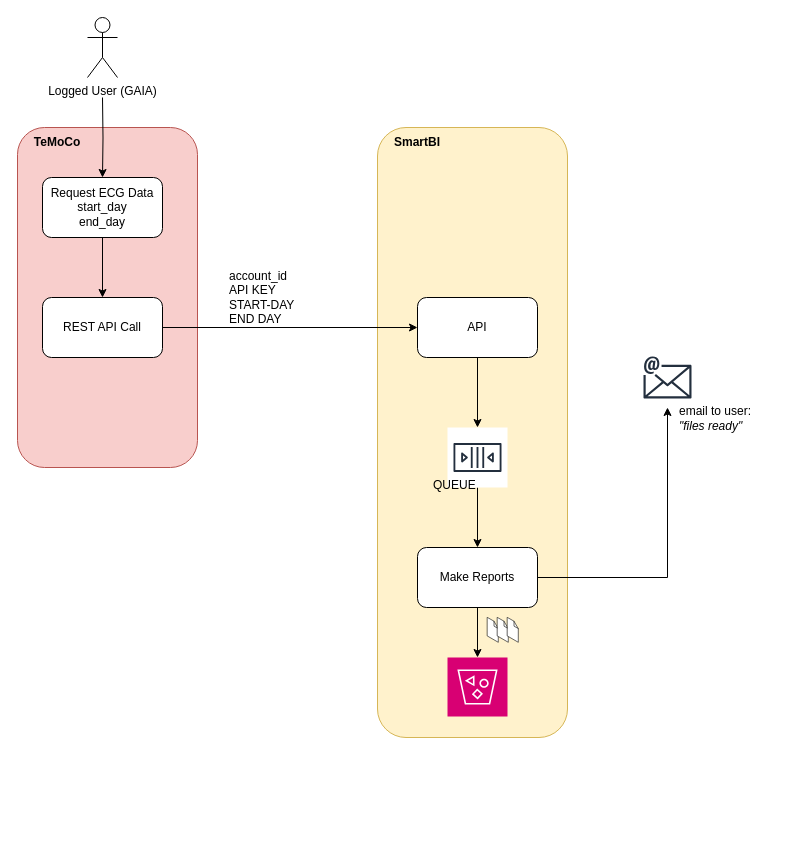
Above: ecg-export.drawio in Accyourate-Group-S-p-A/acy_bom (draw.io), before the change. Source tidied: cells renumbered, new cells numbered last; positions are measured from the earlier drawing's top-left corner, leaving out a move shared by most shapes. Both pictures are drawn from the tidied source at 100%, with x=0, y=0 at pixel (17, 17).
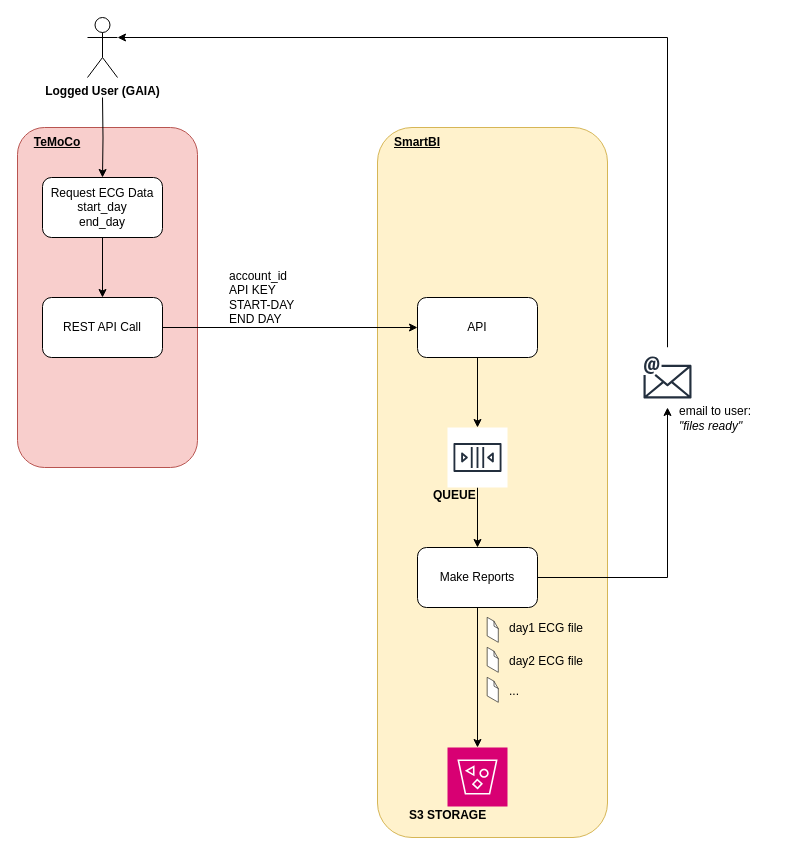
The same page after the edit.

The change refers to these unchanged cells:
```xml
<mxCell id="17" style="sketch=0;outlineConnect=0;fontColor=#232F3E;gradientColor=none;strokeColor=#232F3E;fillColor=#ffffff;dashed=0;verticalLabelPosition=bottom;verticalAlign=top;align=center;html=1;fontSize=12;fontStyle=0;shape=mxgraph.aws4.resourceIcon;resIcon=mxgraph.aws4.email;" parent="1" vertex="1">
  <mxGeometry x="620" y="330" width="60" height="60" as="geometry" />
</mxCell>
```

Change to the diagram source:
```diff
@@
     <mxCell id="3" style="rounded=1;whiteSpace=wrap;html=1;fillColor=#fff2cc;strokeColor=#d6b656;" parent="1" vertex="1">
-      <mxGeometry x="360" y="110" width="190" height="610" as="geometry" />
+      <mxGeometry x="360" y="110" width="230" height="710" as="geometry" />
     </mxCell>
@@
-    <mxCell id="5" value="Logged User (GAIA)" style="shape=umlActor;verticalLabelPosition=bottom;verticalAlign=top;html=1;outlineConnect=0;" parent="1" vertex="1">
+    <mxCell id="5" value="Logged User (GAIA)" style="shape=umlActor;verticalLabelPosition=bottom;verticalAlign=top;html=1;outlineConnect=0;fontStyle=1;" parent="1" vertex="1">
       <mxGeometry x="70" width="30" height="60" as="geometry" />
     </mxCell>
@@
-    <mxCell id="11" value="TeMoCo" style="text;html=1;strokeColor=none;fillColor=none;align=center;verticalAlign=middle;whiteSpace=wrap;rounded=0;fontStyle=1;" parent="1" vertex="1">
+    <mxCell id="11" value="TeMoCo" style="text;html=1;strokeColor=none;fillColor=none;align=center;verticalAlign=middle;whiteSpace=wrap;rounded=0;fontStyle=5;" parent="1" vertex="1">
       <mxGeometry y="110" width="80" height="30" as="geometry" />
     </mxCell>
-    <mxCell id="12" value="SmartBI" style="text;html=1;strokeColor=none;fillColor=none;align=center;verticalAlign=middle;whiteSpace=wrap;rounded=0;fontStyle=1;" parent="1" vertex="1">
+    <mxCell id="12" value="SmartBI" style="text;html=1;strokeColor=none;fillColor=none;align=center;verticalAlign=middle;whiteSpace=wrap;rounded=0;fontStyle=5;" parent="1" vertex="1">
       <mxGeometry x="360" y="110" width="80" height="30" as="geometry" />
     </mxCell>
@@
+    <mxCell id="27" style="edgeStyle=orthogonalEdgeStyle;rounded=0;jettySize=auto;html=1;entryX=1;entryY=0.3333333333333333;entryDx=0;entryDy=0;entryPerimeter=0;" parent="1" edge="1" source="17" target="5">
+      <mxGeometry relative="1" as="geometry">
+        <Array as="points">
+          <mxPoint x="650" y="20" />
+        </Array>
+      </mxGeometry>
+    </mxCell>
@@
     <mxCell id="18" style="sketch=0;shadow=0;dashed=0;html=1;strokeColor=#A50040;fillColor=#d80073;labelPosition=center;verticalLabelPosition=bottom;verticalAlign=top;align=center;outlineConnect=0;shape=mxgraph.veeam2.s3_compatible;fontColor=#ffffff;" parent="1" vertex="1">
-      <mxGeometry x="430" y="640" width="60" height="59" as="geometry" />
+      <mxGeometry x="430" y="730" width="60" height="59" as="geometry" />
     </mxCell>
-    <mxCell id="19" value="QUEUE" style="text;html=1;strokeColor=none;fillColor=none;align=left;verticalAlign=middle;whiteSpace=wrap;rounded=0;" parent="1" vertex="1">
-      <mxGeometry x="414" y="450" width="40" height="35" as="geometry" />
+    <mxCell id="19" value="QUEUE" style="text;html=1;strokeColor=none;fillColor=none;align=left;verticalAlign=middle;whiteSpace=wrap;rounded=0;fontStyle=1;" parent="1" vertex="1">
+      <mxGeometry x="414" y="460" width="40" height="35" as="geometry" />
     </mxCell>
@@
     <mxCell id="24" style="verticalLabelPosition=bottom;html=1;verticalAlign=top;strokeWidth=1;align=center;dashed=0;shape=mxgraph.aws3d.file;strokeColor=#292929;" parent="1" vertex="1">
-      <mxGeometry x="480" y="600" width="10.8" height="24.8" as="geometry" />
+      <mxGeometry x="470" y="660" width="10.8" height="24.8" as="geometry" />
     </mxCell>
     <mxCell id="25" style="verticalLabelPosition=bottom;html=1;verticalAlign=top;strokeWidth=1;align=center;dashed=0;shape=mxgraph.aws3d.file;strokeColor=#292929;" parent="1" vertex="1">
-      <mxGeometry x="490" y="600" width="10.8" height="24.8" as="geometry" />
+      <mxGeometry x="470" y="630" width="10.8" height="24.8" as="geometry" />
     </mxCell>
@@
+    <mxCell id="28" value="S3 STORAGE" style="text;html=1;strokeColor=none;fillColor=none;align=left;verticalAlign=middle;whiteSpace=wrap;rounded=0;fontStyle=1;" parent="1" vertex="1">
+      <mxGeometry x="390" y="780" width="90" height="35" as="geometry" />
+    </mxCell>
+    <mxCell id="29" value="day1 ECG file" style="text;html=1;strokeColor=none;fillColor=none;align=left;verticalAlign=middle;whiteSpace=wrap;rounded=0;" parent="1" vertex="1">
+      <mxGeometry x="490" y="600" width="80" height="22.5" as="geometry" />
+    </mxCell>
+    <mxCell id="30" value="day2 ECG file" style="text;html=1;strokeColor=none;fillColor=none;align=left;verticalAlign=middle;whiteSpace=wrap;rounded=0;" parent="1" vertex="1">
+      <mxGeometry x="490" y="632.3" width="80" height="22.5" as="geometry" />
+    </mxCell>
+    <mxCell id="31" value="..." style="text;html=1;strokeColor=none;fillColor=none;align=left;verticalAlign=middle;whiteSpace=wrap;rounded=0;" parent="1" vertex="1">
+      <mxGeometry x="490" y="662.3" width="50" height="22.5" as="geometry" />
+    </mxCell>
```
